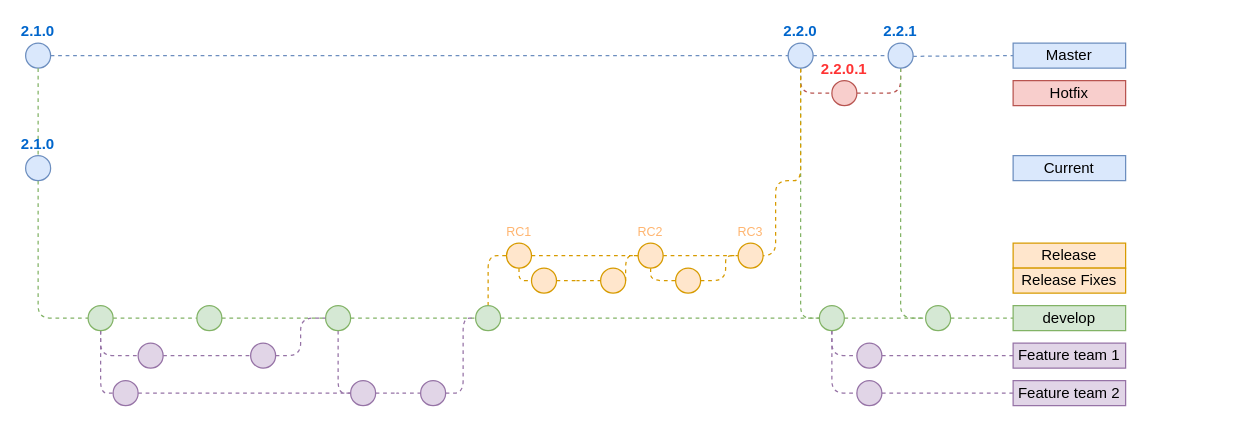
Before: aiko-gitflow.drawio in maiconjlima/aiko-gitflow, a draw.io diagram. Source tidied: cells renumbered, new cells numbered last; positions are measured from the earlier drawing's top-left corner, leaving out a move shared by most shapes. Both pictures are drawn from the tidied source at 125%, with x=0, y=0 at pixel (25, 42).
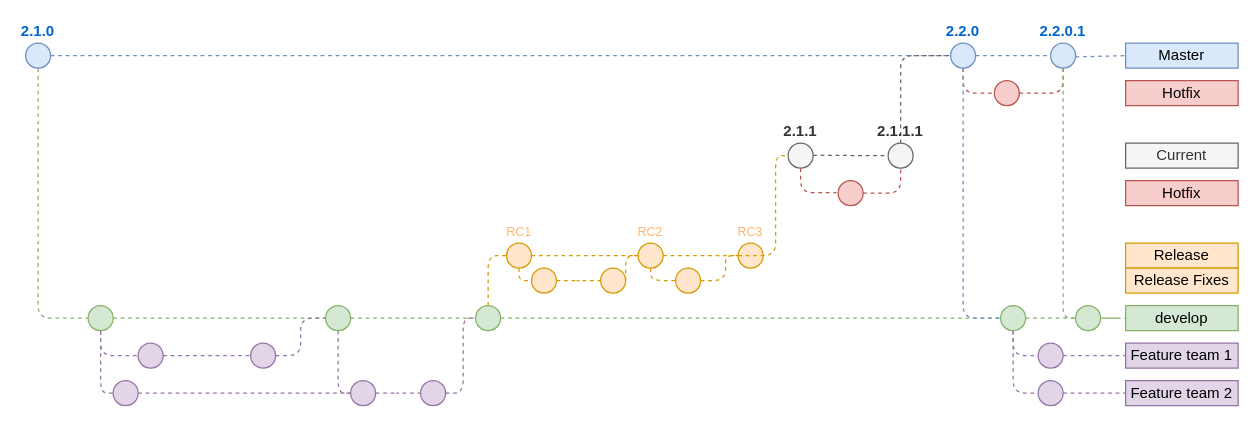
After the change.

The change refers to these unchanged cells:
```xml
<mxCell id="4" value="2.1.0" style="ellipse;whiteSpace=wrap;html=1;fillColor=#dae8fc;strokeColor=#6c8ebf;fontStyle=1;labelPosition=center;verticalLabelPosition=top;align=center;verticalAlign=bottom;fontColor=#0066CC;" parent="1" vertex="1">
  <mxGeometry width="20" height="20" as="geometry" />
</mxCell>
<mxCell id="16" style="ellipse;whiteSpace=wrap;html=1;fillColor=#d5e8d4;strokeColor=#82b366;" parent="1" vertex="1">
  <mxGeometry x="50" y="210" width="20" height="20" as="geometry" />
</mxCell>
<mxCell id="21" style="ellipse;whiteSpace=wrap;html=1;fillColor=#d5e8d4;strokeColor=#82b366;" parent="1" vertex="1">
  <mxGeometry x="240" y="210" width="20" height="20" as="geometry" />
</mxCell>
<mxCell id="31" value="RC2" style="ellipse;whiteSpace=wrap;html=1;fontSize=10;labelPosition=center;verticalLabelPosition=top;align=center;verticalAlign=bottom;fillColor=#ffe6cc;strokeColor=#d79b00;fontColor=#FFB570;" parent="1" vertex="1">
  <mxGeometry x="490" y="160" width="20" height="20" as="geometry" />
</mxCell>
```

The edit, as a diff of the source:
```diff
@@
-    <mxCell id="3" style="edgeStyle=orthogonalEdgeStyle;rounded=1;jettySize=auto;html=1;dashed=1;endArrow=none;endFill=0;fillColor=#d5e8d4;strokeColor=#82b366;" parent="1" edge="1" source="68" target="16">
+    <mxCell id="3" style="edgeStyle=orthogonalEdgeStyle;rounded=1;jettySize=auto;html=1;dashed=1;endArrow=none;endFill=0;fillColor=#d5e8d4;strokeColor=#82b366;" parent="1" edge="1" source="4" target="16">
       <mxGeometry relative="1" as="geometry">
         <Array as="points">
           <mxPoint x="10" y="220" />
         </Array>
       </mxGeometry>
     </mxCell>
@@
     <mxCell id="5" value="Master" style="text;html=1;strokeColor=#6c8ebf;fillColor=#dae8fc;align=center;verticalAlign=middle;whiteSpace=wrap;rounded=0;" parent="1" vertex="1">
-      <mxGeometry x="790" width="90" height="20" as="geometry" />
+      <mxGeometry x="880" width="90" height="20" as="geometry" />
     </mxCell>
     <mxCell id="6" style="endArrow=none;dashed=1;html=1;fillColor=#f8cecc;strokeColor=#b85450;entryX=0.5;entryY=1;entryDx=0;entryDy=0;endFill=0;" parent="1" edge="1" source="8" target="9">
       <mxGeometry relative="1" as="geometry">
         <Array as="points">
-          <mxPoint x="700" y="40" />
+          <mxPoint x="830" y="40" />
         </Array>
       </mxGeometry>
     </mxCell>
     <mxCell id="7" style="edgeStyle=orthogonalEdgeStyle;rounded=1;jettySize=auto;html=1;dashed=1;endArrow=none;endFill=0;fontSize=12;fontColor=#FFB570;fillColor=#d5e8d4;strokeColor=#82b366;entryX=0;entryY=0.5;entryDx=0;entryDy=0;exitX=0.5;exitY=1;exitDx=0;exitDy=0;" parent="1" edge="1" source="9" target="56">
       <mxGeometry relative="1" as="geometry">
         <Array as="points">
-          <mxPoint x="700" y="220" />
+          <mxPoint x="830" y="220" />
         </Array>
       </mxGeometry>
     </mxCell>
-    <mxCell id="8" value="2.2.0.1" style="ellipse;whiteSpace=wrap;html=1;fillColor=#f8cecc;strokeColor=#b85450;fontStyle=1;verticalAlign=bottom;labelPosition=center;verticalLabelPosition=top;align=center;fontColor=#FF3333;" parent="1" vertex="1">
-      <mxGeometry x="645" y="30" width="20" height="20" as="geometry" />
+    <mxCell id="8" style="ellipse;whiteSpace=wrap;html=1;fillColor=#f8cecc;strokeColor=#b85450;fontStyle=1;verticalAlign=bottom;labelPosition=center;verticalLabelPosition=top;align=center;fontColor=#FF3333;" parent="1" vertex="1">
+      <mxGeometry x="775" y="30" width="20" height="20" as="geometry" />
     </mxCell>
-    <mxCell id="9" value="2.2.1" style="ellipse;whiteSpace=wrap;html=1;fillColor=#dae8fc;strokeColor=#6c8ebf;fontStyle=1;labelPosition=center;verticalLabelPosition=top;align=center;verticalAlign=bottom;fontColor=#0066CC;" parent="1" vertex="1">
-      <mxGeometry x="690" width="20" height="20" as="geometry" />
+    <mxCell id="9" value="2.2.0.1" style="ellipse;whiteSpace=wrap;html=1;fillColor=#dae8fc;strokeColor=#6c8ebf;fontStyle=1;labelPosition=center;verticalLabelPosition=top;align=center;verticalAlign=bottom;fontColor=#0066CC;" parent="1" vertex="1">
+      <mxGeometry x="820" width="20" height="20" as="geometry" />
     </mxCell>
@@
     <mxCell id="11" style="edgeStyle=orthogonalEdgeStyle;rounded=1;jettySize=auto;html=1;fillColor=#f8cecc;strokeColor=#b85450;dashed=1;endArrow=none;endFill=0;" parent="1" edge="1" source="27" target="8">
       <mxGeometry relative="1" as="geometry">
         <Array as="points">
-          <mxPoint x="620" y="40" />
+          <mxPoint x="750" y="40" />
         </Array>
       </mxGeometry>
     </mxCell>
     <mxCell id="12" value="Hotfix" style="text;html=1;strokeColor=#b85450;fillColor=#f8cecc;align=center;verticalAlign=middle;whiteSpace=wrap;rounded=0;" parent="1" vertex="1">
-      <mxGeometry x="790" y="30" width="90" height="20" as="geometry" />
+      <mxGeometry x="880" y="30" width="90" height="20" as="geometry" />
     </mxCell>
@@
     <mxCell id="17" value="develop" style="text;html=1;strokeColor=#82b366;fillColor=#d5e8d4;align=center;verticalAlign=middle;whiteSpace=wrap;rounded=0;" parent="1" vertex="1">
-      <mxGeometry x="790" y="210" width="90" height="20" as="geometry" />
+      <mxGeometry x="880" y="210" width="90" height="20" as="geometry" />
     </mxCell>
-    <mxCell id="18" style="ellipse;whiteSpace=wrap;html=1;fillColor=#d5e8d4;strokeColor=#82b366;" parent="1" vertex="1">
-      <mxGeometry x="137" y="210" width="20" height="20" as="geometry" />
-    </mxCell>
-    <mxCell id="19" style="edgeStyle=orthogonalEdgeStyle;rounded=1;jettySize=auto;html=1;dashed=1;endArrow=none;endFill=0;fillColor=#d5e8d4;strokeColor=#82b366;" parent="1" edge="1" source="16" target="18">
+    <mxCell id="19" style="edgeStyle=orthogonalEdgeStyle;rounded=1;jettySize=auto;html=1;dashed=1;endArrow=none;endFill=0;fillColor=#d5e8d4;strokeColor=#82b366;entryX=0;entryY=0.5;entryDx=0;entryDy=0;" parent="1" edge="1" source="16" target="21">
       <mxGeometry relative="1" as="geometry" />
     </mxCell>
@@
-    <mxCell id="22" style="edgeStyle=orthogonalEdgeStyle;rounded=1;jettySize=auto;html=1;dashed=1;endArrow=none;endFill=0;fillColor=#d5e8d4;strokeColor=#82b366;" parent="1" edge="1" source="18" target="21">
-      <mxGeometry relative="1" as="geometry" />
-    </mxCell>
@@
-    <mxCell id="26" style="edgeStyle=orthogonalEdgeStyle;rounded=1;jettySize=auto;html=1;entryX=0;entryY=0.5;entryDx=0;entryDy=0;dashed=1;fillColor=#d5e8d4;strokeColor=#82b366;endArrow=none;endFill=0;" parent="1" edge="1" source="27" target="53">
-      <mxGeometry relative="1" as="geometry">
-        <Array as="points">
-          <mxPoint x="620" y="220" />
-        </Array>
-      </mxGeometry>
-    </mxCell>
     <mxCell id="27" value="2.2.0" style="ellipse;whiteSpace=wrap;html=1;fillColor=#dae8fc;strokeColor=#6c8ebf;fontStyle=1;labelPosition=center;verticalLabelPosition=top;align=center;verticalAlign=bottom;fontColor=#0066CC;" parent="1" vertex="1">
-      <mxGeometry x="610" width="20" height="20" as="geometry" />
+      <mxGeometry x="740" width="20" height="20" as="geometry" />
     </mxCell>
@@
-    <mxCell id="29" style="edgeStyle=orthogonalEdgeStyle;rounded=1;jettySize=auto;html=1;dashed=1;endArrow=none;endFill=0;fontSize=10;fontColor=#FFB570;fillColor=#ffe6cc;strokeColor=#d79b00;" parent="1" edge="1" source="31" target="27">
+    <mxCell id="29" style="edgeStyle=orthogonalEdgeStyle;rounded=1;jettySize=auto;html=1;dashed=1;endArrow=none;endFill=0;fontSize=10;fontColor=#FFB570;fillColor=#f5f5f5;strokeColor=#666666;exitX=0.5;exitY=0;exitDx=0;exitDy=0;" parent="1" edge="1" source="73">
       <mxGeometry relative="1" as="geometry">
+        <mxPoint x="740" y="10" as="targetPoint" />
         <Array as="points">
-          <mxPoint x="600" y="170" />
-          <mxPoint x="600" y="110" />
+          <mxPoint x="700" y="10" />
         </Array>
       </mxGeometry>
     </mxCell>
@@
     <mxCell id="34" value="Release" style="text;html=1;strokeColor=#d79b00;fillColor=#ffe6cc;align=center;verticalAlign=middle;whiteSpace=wrap;rounded=0;fontSize=12;" parent="1" vertex="1">
-      <mxGeometry x="790" y="160" width="90" height="20" as="geometry" />
+      <mxGeometry x="880" y="160" width="90" height="20" as="geometry" />
     </mxCell>
@@
     <mxCell id="44" value="Feature team 1" style="text;html=1;strokeColor=#9673a6;fillColor=#e1d5e7;align=center;verticalAlign=middle;whiteSpace=wrap;rounded=0;" parent="1" vertex="1">
-      <mxGeometry x="790" y="240" width="90" height="20" as="geometry" />
+      <mxGeometry x="880" y="240" width="90" height="20" as="geometry" />
     </mxCell>
     <mxCell id="45" value="Feature team 2" style="text;html=1;strokeColor=#9673a6;fillColor=#e1d5e7;align=center;verticalAlign=middle;whiteSpace=wrap;rounded=0;" parent="1" vertex="1">
-      <mxGeometry x="790" y="270" width="90" height="20" as="geometry" />
+      <mxGeometry x="880" y="270" width="90" height="20" as="geometry" />
     </mxCell>
@@
     <mxCell id="51" style="edgeStyle=orthogonalEdgeStyle;rounded=1;jettySize=auto;html=1;dashed=1;endArrow=none;endFill=0;fontSize=12;fontColor=#FFB570;fillColor=#e1d5e7;strokeColor=#9673a6;" parent="1" edge="1" source="53" target="62">
       <mxGeometry relative="1" as="geometry">
         <Array as="points">
-          <mxPoint x="645" y="250" />
+          <mxPoint x="790" y="250" />
         </Array>
       </mxGeometry>
     </mxCell>
     <mxCell id="52" style="edgeStyle=orthogonalEdgeStyle;rounded=1;jettySize=auto;html=1;dashed=1;endArrow=none;endFill=0;fontSize=12;fontColor=#FFB570;fillColor=#e1d5e7;strokeColor=#9673a6;" parent="1" edge="1" source="53" target="64">
       <mxGeometry relative="1" as="geometry">
         <Array as="points">
-          <mxPoint x="645" y="280" />
+          <mxPoint x="790" y="280" />
         </Array>
       </mxGeometry>
     </mxCell>
     <mxCell id="53" style="ellipse;whiteSpace=wrap;html=1;fontSize=10;fillColor=#d5e8d4;strokeColor=#82b366;" parent="1" vertex="1">
-      <mxGeometry x="635" y="210" width="20" height="20" as="geometry" />
+      <mxGeometry x="780" y="210" width="20" height="20" as="geometry" />
     </mxCell>
@@
     <mxCell id="55" value="Release Fixes" style="text;html=1;strokeColor=#d79b00;fillColor=#ffe6cc;align=center;verticalAlign=middle;whiteSpace=wrap;rounded=0;fontSize=12;" parent="1" vertex="1">
-      <mxGeometry x="790" y="180" width="90" height="20" as="geometry" />
+      <mxGeometry x="880" y="180" width="90" height="20" as="geometry" />
     </mxCell>
     <mxCell id="56" style="ellipse;whiteSpace=wrap;html=1;fontSize=12;fillColor=#d5e8d4;strokeColor=#82b366;" parent="1" vertex="1">
-      <mxGeometry x="720" y="210" width="20" height="20" as="geometry" />
+      <mxGeometry x="840" y="210" width="20" height="20" as="geometry" />
     </mxCell>
@@
     <mxCell id="62" style="ellipse;whiteSpace=wrap;html=1;fontSize=12;fillColor=#e1d5e7;strokeColor=#9673a6;" parent="1" vertex="1">
-      <mxGeometry x="665" y="240" width="20" height="20" as="geometry" />
+      <mxGeometry x="810" y="240" width="20" height="20" as="geometry" />
     </mxCell>
@@
     <mxCell id="64" style="ellipse;whiteSpace=wrap;html=1;fontSize=12;fillColor=#e1d5e7;strokeColor=#9673a6;" parent="1" vertex="1">
-      <mxGeometry x="665" y="270" width="20" height="20" as="geometry" />
+      <mxGeometry x="810" y="270" width="20" height="20" as="geometry" />
     </mxCell>
@@
-    <mxCell id="66" value="Current" style="text;html=1;strokeColor=#6c8ebf;fillColor=#dae8fc;align=center;verticalAlign=middle;whiteSpace=wrap;rounded=0;" parent="1" vertex="1">
-      <mxGeometry x="790" y="90" width="90" height="20" as="geometry" />
+    <mxCell id="66" value="Current" style="text;html=1;strokeColor=#666666;fillColor=#f5f5f5;align=center;verticalAlign=middle;whiteSpace=wrap;rounded=0;fontColor=#333333;" parent="1" vertex="1">
+      <mxGeometry x="880" y="80" width="90" height="20" as="geometry" />
     </mxCell>
-    <mxCell id="67" style="edgeStyle=orthogonalEdgeStyle;rounded=1;jettySize=auto;html=1;dashed=1;endArrow=none;endFill=0;fillColor=#d5e8d4;strokeColor=#82b366;" parent="1" edge="1" source="4" target="68">
-      <mxGeometry relative="1" as="geometry" />
-    </mxCell>
+    <mxCell id="69" style="edgeStyle=orthogonalEdgeStyle;rounded=1;jettySize=auto;html=1;dashed=1;endArrow=none;endFill=0;fontSize=10;fontColor=#FFB570;fillColor=#ffe6cc;strokeColor=#d79b00;" parent="1" edge="1" source="31" target="68">
+      <mxGeometry relative="1" as="geometry">
+        <Array as="points">
+          <mxPoint x="600" y="170" />
+        </Array>
+      </mxGeometry>
+    </mxCell>
-    <mxCell id="68" value="2.1.0" style="ellipse;whiteSpace=wrap;html=1;fillColor=#dae8fc;strokeColor=#6c8ebf;fontStyle=1;labelPosition=center;verticalLabelPosition=top;align=center;verticalAlign=bottom;fontColor=#0066CC;" parent="1" vertex="1">
-      <mxGeometry y="90" width="20" height="20" as="geometry" />
+    <mxCell id="68" value="2.1.1" style="ellipse;whiteSpace=wrap;html=1;fillColor=#f5f5f5;strokeColor=#666666;fontStyle=1;labelPosition=center;verticalLabelPosition=top;align=center;verticalAlign=bottom;fontColor=#333333;" parent="1" vertex="1">
+      <mxGeometry x="610" y="80" width="20" height="20" as="geometry" />
     </mxCell>
+    <mxCell id="70" value="Hotfix" style="text;html=1;strokeColor=#b85450;fillColor=#f8cecc;align=center;verticalAlign=middle;whiteSpace=wrap;rounded=0;" parent="1" vertex="1">
+      <mxGeometry x="880" y="110" width="90" height="20" as="geometry" />
+    </mxCell>
+    <mxCell id="71" style="ellipse;whiteSpace=wrap;html=1;fillColor=#f8cecc;strokeColor=#b85450;fontStyle=1;verticalAlign=bottom;labelPosition=center;verticalLabelPosition=top;align=center;fontColor=#FF3333;" parent="1" vertex="1">
+      <mxGeometry x="650" y="110" width="20" height="20" as="geometry" />
+    </mxCell>
+    <mxCell id="72" style="edgeStyle=orthogonalEdgeStyle;rounded=1;jettySize=auto;html=1;fillColor=#f8cecc;strokeColor=#b85450;dashed=1;endArrow=none;endFill=0;entryX=-0.065;entryY=0.483;entryDx=0;entryDy=0;entryPerimeter=0;" parent="1" edge="1" target="71">
+      <mxGeometry relative="1" as="geometry">
+        <mxPoint x="620" y="100" as="sourcePoint" />
+        <Array as="points">
+          <mxPoint x="620" y="120" />
+        </Array>
+      </mxGeometry>
+    </mxCell>
+    <mxCell id="73" value="2.1.1.1" style="ellipse;whiteSpace=wrap;html=1;fillColor=#f5f5f5;strokeColor=#666666;fontStyle=1;labelPosition=center;verticalLabelPosition=top;align=center;verticalAlign=bottom;fontColor=#333333;" parent="1" vertex="1">
+      <mxGeometry x="690" y="80" width="20" height="20" as="geometry" />
+    </mxCell>
+    <mxCell id="74" style="endArrow=none;dashed=1;html=1;fillColor=#f5f5f5;strokeColor=#666666;entryX=0;entryY=0.5;entryDx=0;entryDy=0;" parent="1" edge="1" target="73">
+      <mxGeometry relative="1" as="geometry">
+        <mxPoint x="630" y="89.8" as="sourcePoint" />
+      </mxGeometry>
+    </mxCell>
+    <mxCell id="75" style="endArrow=none;dashed=1;html=1;fillColor=#f8cecc;strokeColor=#b85450;entryX=0.5;entryY=1;entryDx=0;entryDy=0;endFill=0;exitX=1;exitY=0.5;exitDx=0;exitDy=0;" parent="1" edge="1" source="71" target="73">
+      <mxGeometry relative="1" as="geometry">
+        <Array as="points">
+          <mxPoint x="700" y="120" />
+        </Array>
+      </mxGeometry>
+    </mxCell>
+    <mxCell id="26" style="edgeStyle=orthogonalEdgeStyle;rounded=1;jettySize=auto;html=1;fillColor=#dae8fc;strokeColor=#6c8ebf;dashed=1;endArrow=none;endFill=0;entryX=0;entryY=0.5;entryDx=0;entryDy=0;exitX=0.5;exitY=1;exitDx=0;exitDy=0;" parent="1" edge="1" source="27" target="53">
+      <mxGeometry relative="1" as="geometry">
+        <Array as="points">
+          <mxPoint x="750" y="220" />
+        </Array>
+      </mxGeometry>
+    </mxCell>
```
